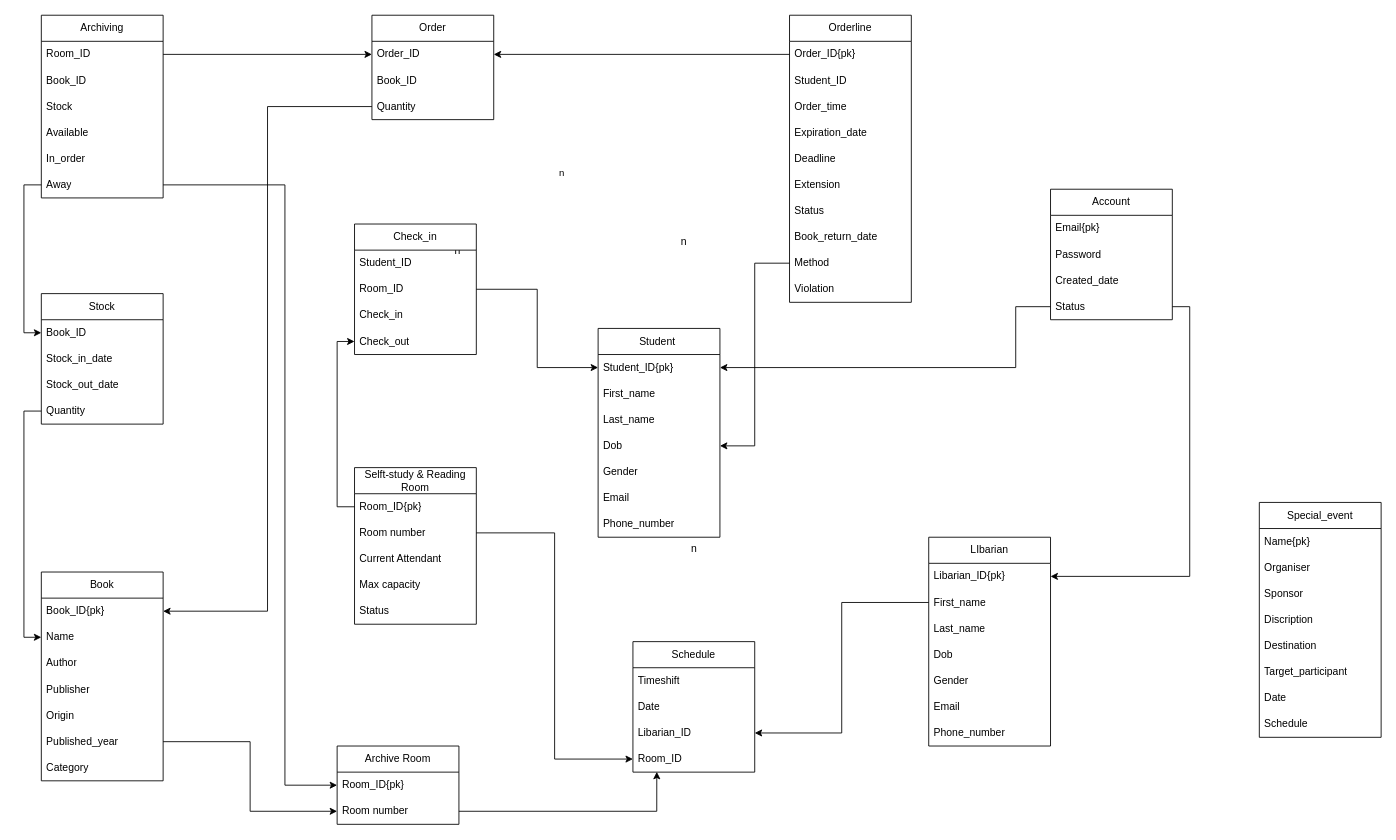
This is table_relations.drawio from Dovanvu09/LibraryManagement, a draw.io file, before an edit. Source tidied: cells renumbered, new cells numbered last; positions are measured from the earlier drawing's top-left corner, leaving out a move shared by most shapes. Both pictures are drawn from the tidied source at 87%, with x=0, y=0 at pixel (41, 15).
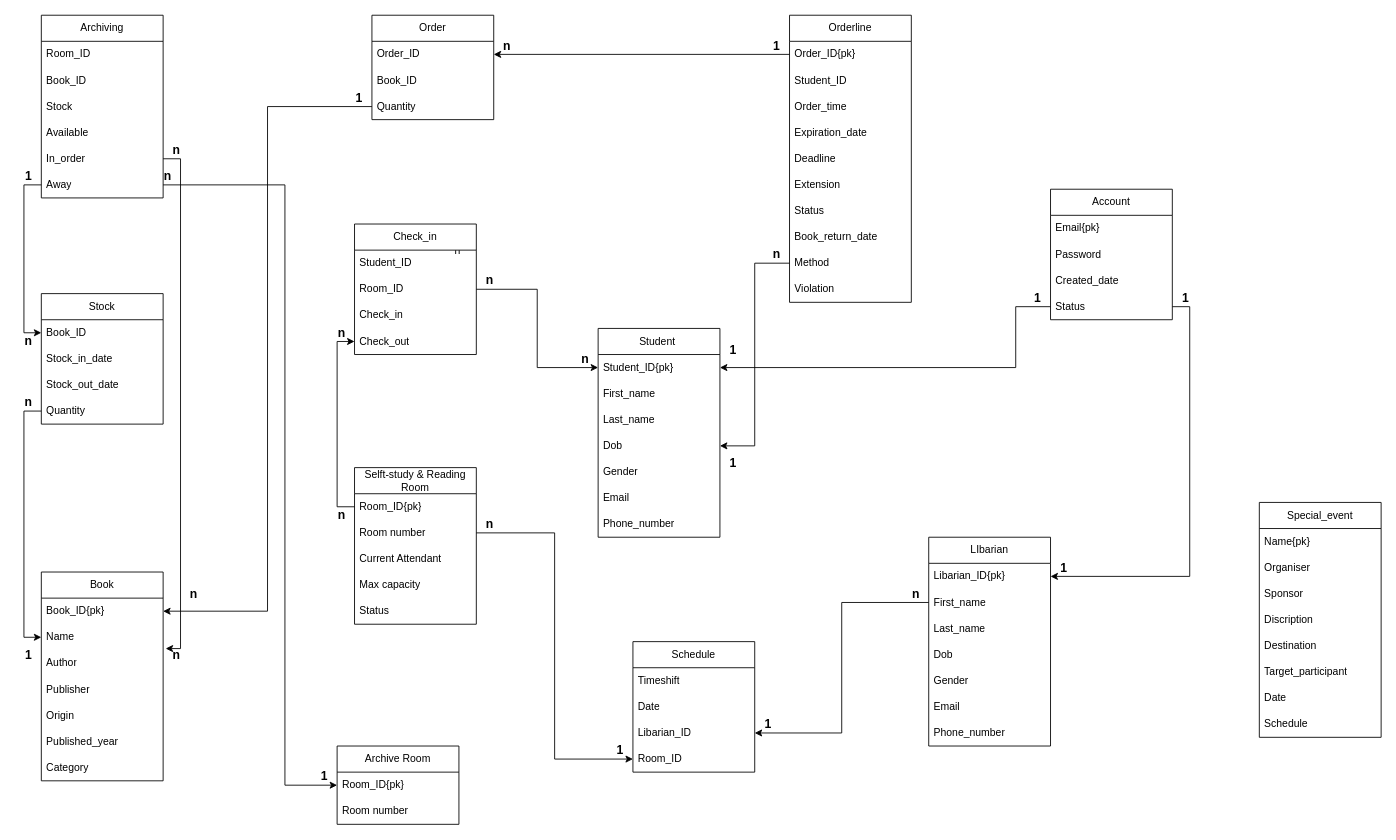
The same diagram, later.

Commit message (it also covers changes not shown here):
Cập nhật table_relations.drawio

Unchanged cells that the change refers to:
```xml
<mxCell id="12" value="Name" style="text;strokeColor=none;fillColor=none;align=left;verticalAlign=middle;spacingLeft=4;spacingRight=4;overflow=hidden;points=[[0,0.5],[1,0.5]];portConstraint=eastwest;whiteSpace=wrap;html=1;" parent="10" vertex="1">
  <mxGeometry y="60" width="140" height="30" as="geometry" />
</mxCell>
<mxCell id="16" value="Published_year" style="text;strokeColor=none;fillColor=none;align=left;verticalAlign=middle;spacingLeft=4;spacingRight=4;overflow=hidden;points=[[0,0.5],[1,0.5]];portConstraint=eastwest;whiteSpace=wrap;html=1;" parent="10" vertex="1">
  <mxGeometry y="180" width="140" height="30" as="geometry" />
</mxCell>
<mxCell id="28" value="Room_ID" style="text;strokeColor=none;fillColor=none;align=left;verticalAlign=middle;spacingLeft=4;spacingRight=4;overflow=hidden;points=[[0,0.5],[1,0.5]];portConstraint=eastwest;whiteSpace=wrap;html=1;" parent="24" vertex="1">
  <mxGeometry y="120" width="140" height="30" as="geometry" />
</mxCell>
<mxCell id="40" value="Room number" style="text;strokeColor=none;fillColor=none;align=left;verticalAlign=middle;spacingLeft=4;spacingRight=4;overflow=hidden;points=[[0,0.5],[1,0.5]];portConstraint=eastwest;whiteSpace=wrap;html=1;" parent="38" vertex="1">
  <mxGeometry y="60" width="140" height="30" as="geometry" />
</mxCell>
<mxCell id="62" value="Order_ID" style="text;strokeColor=none;fillColor=none;align=left;verticalAlign=middle;spacingLeft=4;spacingRight=4;overflow=hidden;points=[[0,0.5],[1,0.5]];portConstraint=eastwest;whiteSpace=wrap;html=1;" parent="61" vertex="1">
  <mxGeometry y="30" width="140" height="30" as="geometry" />
</mxCell>
<mxCell id="66" value="Room_ID" style="text;strokeColor=none;fillColor=none;align=left;verticalAlign=middle;spacingLeft=4;spacingRight=4;overflow=hidden;points=[[0,0.5],[1,0.5]];portConstraint=eastwest;whiteSpace=wrap;html=1;" parent="65" vertex="1">
  <mxGeometry y="30" width="140" height="30" as="geometry" />
</mxCell>
<mxCell id="70" value="In_order" style="text;strokeColor=none;fillColor=none;align=left;verticalAlign=middle;spacingLeft=4;spacingRight=4;overflow=hidden;points=[[0,0.5],[1,0.5]];portConstraint=eastwest;whiteSpace=wrap;html=1;" parent="65" vertex="1">
  <mxGeometry y="150" width="140" height="30" as="geometry" />
</mxCell>
```

What changed in the source:
```diff
@@
-    <mxCell id="37" value="n" style="text;html=1;align=center;verticalAlign=middle;strokeColor=none;fillColor=none;" parent="1" vertex="1">
-      <mxGeometry x="735" y="598" width="30" height="30" as="geometry" />
-    </mxCell>
@@
-    <mxCell id="48" value="&amp;nbsp; n" style="text;html=1;align=center;verticalAlign=middle;strokeColor=none;fillColor=none;" parent="1" vertex="1">
-      <mxGeometry x="715" y="246" width="40" height="30" as="geometry" />
-    </mxCell>
@@
-    <mxCell id="60" value="n" style="edgeLabel;html=1;align=center;verticalAlign=middle;" parent="1" vertex="1">
-      <mxGeometry x="597.1" y="180.8" as="geometry" />
-    </mxCell>
@@
-    <mxCell id="91" style="edgeStyle=orthogonalEdgeStyle;rounded=0;jettySize=auto;html=1;exitX=1;exitY=0.5;exitDx=0;exitDy=0;entryX=0.196;entryY=0.989;entryDx=0;entryDy=0;entryPerimeter=0;" parent="1" edge="1" source="40" target="28">
-      <mxGeometry relative="1" as="geometry" />
-    </mxCell>
@@
-    <mxCell id="94" style="edgeStyle=orthogonalEdgeStyle;rounded=0;jettySize=auto;html=1;exitX=1;exitY=0.5;exitDx=0;exitDy=0;entryX=0;entryY=0.5;entryDx=0;entryDy=0;" parent="1" edge="1" source="16" target="40">
-      <mxGeometry relative="1" as="geometry" />
-    </mxCell>
-    <mxCell id="95" style="edgeStyle=orthogonalEdgeStyle;rounded=0;jettySize=auto;html=1;exitX=1;exitY=0.5;exitDx=0;exitDy=0;entryX=0;entryY=0.5;entryDx=0;entryDy=0;" parent="1" edge="1" source="66" target="62">
-      <mxGeometry relative="1" as="geometry" />
-    </mxCell>
@@
+    <mxCell id="105" value="&lt;font style=&quot;font-size: 14px;&quot;&gt;&lt;b&gt;n&lt;/b&gt;&lt;/font&gt;" style="text;html=1;align=center;verticalAlign=middle;strokeColor=none;fillColor=none;" parent="1" vertex="1">
+      <mxGeometry x="160" y="650" width="30" height="30" as="geometry" />
+    </mxCell>
+    <mxCell id="106" value="&lt;font style=&quot;font-size: 14px;&quot;&gt;&lt;b&gt;1&lt;/b&gt;&lt;/font&gt;" style="text;html=1;align=center;verticalAlign=middle;strokeColor=none;fillColor=none;" parent="1" vertex="1">
+      <mxGeometry x="310" y="860" width="30" height="30" as="geometry" />
+    </mxCell>
+    <mxCell id="107" value="&lt;font style=&quot;font-size: 14px;&quot;&gt;&lt;b&gt;n&lt;/b&gt;&lt;/font&gt;" style="text;html=1;align=center;verticalAlign=middle;strokeColor=none;fillColor=none;" parent="1" vertex="1">
+      <mxGeometry x="990" y="650" width="30" height="30" as="geometry" />
+    </mxCell>
+    <mxCell id="108" value="&lt;font style=&quot;font-size: 14px;&quot;&gt;&lt;b&gt;n&lt;/b&gt;&lt;/font&gt;" style="text;html=1;align=center;verticalAlign=middle;strokeColor=none;fillColor=none;" parent="1" vertex="1">
+      <mxGeometry x="500" y="570" width="30" height="30" as="geometry" />
+    </mxCell>
+    <mxCell id="109" value="&lt;font style=&quot;font-size: 14px;&quot;&gt;&lt;b&gt;1&lt;/b&gt;&lt;/font&gt;" style="text;html=1;align=center;verticalAlign=middle;strokeColor=none;fillColor=none;" parent="1" vertex="1">
+      <mxGeometry x="650" y="830" width="30" height="30" as="geometry" />
+    </mxCell>
+    <mxCell id="110" value="&lt;font style=&quot;font-size: 14px;&quot;&gt;&lt;b&gt;1&lt;/b&gt;&lt;/font&gt;" style="text;html=1;align=center;verticalAlign=middle;strokeColor=none;fillColor=none;" parent="1" vertex="1">
+      <mxGeometry x="820" y="800" width="30" height="30" as="geometry" />
+    </mxCell>
+    <mxCell id="111" value="&lt;font style=&quot;font-size: 14px;&quot;&gt;&lt;b&gt;n&lt;/b&gt;&lt;/font&gt;" style="text;html=1;align=center;verticalAlign=middle;strokeColor=none;fillColor=none;" parent="1" vertex="1">
+      <mxGeometry x="610" y="380" width="30" height="30" as="geometry" />
+    </mxCell>
+    <mxCell id="112" value="&lt;font style=&quot;font-size: 14px;&quot;&gt;&lt;b&gt;n&lt;/b&gt;&lt;/font&gt;" style="text;html=1;align=center;verticalAlign=middle;strokeColor=none;fillColor=none;" parent="1" vertex="1">
+      <mxGeometry x="500" y="290" width="30" height="30" as="geometry" />
+    </mxCell>
+    <mxCell id="113" value="&lt;font style=&quot;font-size: 14px;&quot;&gt;&lt;b&gt;n&lt;/b&gt;&lt;/font&gt;" style="text;html=1;align=center;verticalAlign=middle;strokeColor=none;fillColor=none;" parent="1" vertex="1">
+      <mxGeometry x="330" y="350" width="30" height="30" as="geometry" />
+    </mxCell>
+    <mxCell id="114" value="&lt;font style=&quot;font-size: 14px;&quot;&gt;&lt;b&gt;n&lt;/b&gt;&lt;/font&gt;" style="text;html=1;align=center;verticalAlign=middle;strokeColor=none;fillColor=none;" parent="1" vertex="1">
+      <mxGeometry x="330" y="560" width="30" height="30" as="geometry" />
+    </mxCell>
+    <mxCell id="115" value="&lt;font style=&quot;font-size: 14px;&quot;&gt;&lt;b&gt;n&lt;/b&gt;&lt;/font&gt;" style="text;html=1;align=center;verticalAlign=middle;strokeColor=none;fillColor=none;" parent="1" vertex="1">
+      <mxGeometry x="830" y="260" width="30" height="30" as="geometry" />
+    </mxCell>
+    <mxCell id="116" value="&lt;font style=&quot;font-size: 14px;&quot;&gt;&lt;b&gt;1&lt;/b&gt;&lt;/font&gt;" style="text;html=1;align=center;verticalAlign=middle;strokeColor=none;fillColor=none;" parent="1" vertex="1">
+      <mxGeometry x="780" y="500" width="30" height="30" as="geometry" />
+    </mxCell>
+    <mxCell id="117" value="&lt;font style=&quot;font-size: 14px;&quot;&gt;&lt;b&gt;1&lt;/b&gt;&lt;/font&gt;" style="text;html=1;align=center;verticalAlign=middle;strokeColor=none;fillColor=none;" parent="1" vertex="1">
+      <mxGeometry x="780" y="370" width="30" height="30" as="geometry" />
+    </mxCell>
+    <mxCell id="118" value="&lt;font style=&quot;font-size: 14px;&quot;&gt;&lt;b&gt;1&lt;/b&gt;&lt;/font&gt;" style="text;html=1;align=center;verticalAlign=middle;strokeColor=none;fillColor=none;" parent="1" vertex="1">
+      <mxGeometry x="1130" y="310" width="30" height="30" as="geometry" />
+    </mxCell>
+    <mxCell id="119" value="&lt;font style=&quot;font-size: 14px;&quot;&gt;&lt;b&gt;1&lt;/b&gt;&lt;/font&gt;" style="text;html=1;align=center;verticalAlign=middle;strokeColor=none;fillColor=none;" parent="1" vertex="1">
+      <mxGeometry x="1300" y="310" width="30" height="30" as="geometry" />
+    </mxCell>
+    <mxCell id="120" value="&lt;font style=&quot;font-size: 14px;&quot;&gt;&lt;b&gt;1&lt;/b&gt;&lt;/font&gt;" style="text;html=1;align=center;verticalAlign=middle;strokeColor=none;fillColor=none;" parent="1" vertex="1">
+      <mxGeometry x="1160" y="620" width="30" height="30" as="geometry" />
+    </mxCell>
+    <mxCell id="121" value="&lt;font style=&quot;font-size: 14px;&quot;&gt;&lt;b&gt;n&lt;/b&gt;&lt;/font&gt;" style="text;html=1;align=center;verticalAlign=middle;strokeColor=none;fillColor=none;" parent="1" vertex="1">
+      <mxGeometry x="520" y="20" width="30" height="30" as="geometry" />
+    </mxCell>
+    <mxCell id="122" value="&lt;font style=&quot;font-size: 14px;&quot;&gt;&lt;b&gt;1&lt;/b&gt;&lt;/font&gt;" style="text;html=1;align=center;verticalAlign=middle;strokeColor=none;fillColor=none;" parent="1" vertex="1">
+      <mxGeometry x="830" y="20" width="30" height="30" as="geometry" />
+    </mxCell>
+    <mxCell id="123" style="edgeStyle=orthogonalEdgeStyle;rounded=0;jettySize=auto;html=1;exitX=1;exitY=0.5;exitDx=0;exitDy=0;entryX=1.021;entryY=0.933;entryDx=0;entryDy=0;entryPerimeter=0;" parent="1" edge="1" source="70" target="12">
+      <mxGeometry relative="1" as="geometry">
+        <Array as="points">
+          <mxPoint x="160" y="165" />
+          <mxPoint x="160" y="728" />
+        </Array>
+      </mxGeometry>
+    </mxCell>
+    <mxCell id="124" value="&lt;font style=&quot;font-size: 14px;&quot;&gt;&lt;b&gt;n&lt;/b&gt;&lt;/font&gt;" style="text;html=1;align=center;verticalAlign=middle;strokeColor=none;fillColor=none;" parent="1" vertex="1">
+      <mxGeometry x="140" y="720" width="30" height="30" as="geometry" />
+    </mxCell>
+    <mxCell id="125" value="&lt;font style=&quot;font-size: 14px;&quot;&gt;&lt;b&gt;1&lt;/b&gt;&lt;/font&gt;" style="text;html=1;align=center;verticalAlign=middle;strokeColor=none;fillColor=none;" parent="1" vertex="1">
+      <mxGeometry x="350" y="80" width="30" height="30" as="geometry" />
+    </mxCell>
+    <mxCell id="126" value="&lt;font style=&quot;font-size: 14px;&quot;&gt;&lt;b&gt;n&lt;/b&gt;&lt;/font&gt;" style="text;html=1;align=center;verticalAlign=middle;strokeColor=none;fillColor=none;" parent="1" vertex="1">
+      <mxGeometry x="130" y="170" width="30" height="30" as="geometry" />
+    </mxCell>
+    <mxCell id="127" value="&lt;font style=&quot;font-size: 14px;&quot;&gt;&lt;b&gt;n&lt;/b&gt;&lt;/font&gt;" style="text;html=1;align=center;verticalAlign=middle;strokeColor=none;fillColor=none;" parent="1" vertex="1">
+      <mxGeometry x="140" y="140" width="30" height="30" as="geometry" />
+    </mxCell>
+    <mxCell id="128" value="&lt;font style=&quot;font-size: 14px;&quot;&gt;&lt;b&gt;n&lt;/b&gt;&lt;/font&gt;" style="text;html=1;align=center;verticalAlign=middle;strokeColor=none;fillColor=none;" parent="1" vertex="1">
+      <mxGeometry x="-30" y="430" width="30" height="30" as="geometry" />
+    </mxCell>
+    <mxCell id="129" value="&lt;font style=&quot;font-size: 14px;&quot;&gt;&lt;b&gt;n&lt;/b&gt;&lt;/font&gt;" style="text;html=1;align=center;verticalAlign=middle;strokeColor=none;fillColor=none;" parent="1" vertex="1">
+      <mxGeometry x="-30" y="360" width="30" height="30" as="geometry" />
+    </mxCell>
+    <mxCell id="130" value="&lt;font style=&quot;font-size: 14px;&quot;&gt;&lt;b&gt;1&lt;/b&gt;&lt;/font&gt;" style="text;html=1;align=center;verticalAlign=middle;strokeColor=none;fillColor=none;" parent="1" vertex="1">
+      <mxGeometry x="-30" y="720" width="30" height="30" as="geometry" />
+    </mxCell>
+    <mxCell id="131" value="&lt;font style=&quot;font-size: 14px;&quot;&gt;&lt;b&gt;1&lt;/b&gt;&lt;/font&gt;" style="text;html=1;align=center;verticalAlign=middle;strokeColor=none;fillColor=none;" parent="1" vertex="1">
+      <mxGeometry x="-30" y="170" width="30" height="30" as="geometry" />
+    </mxCell>
```
